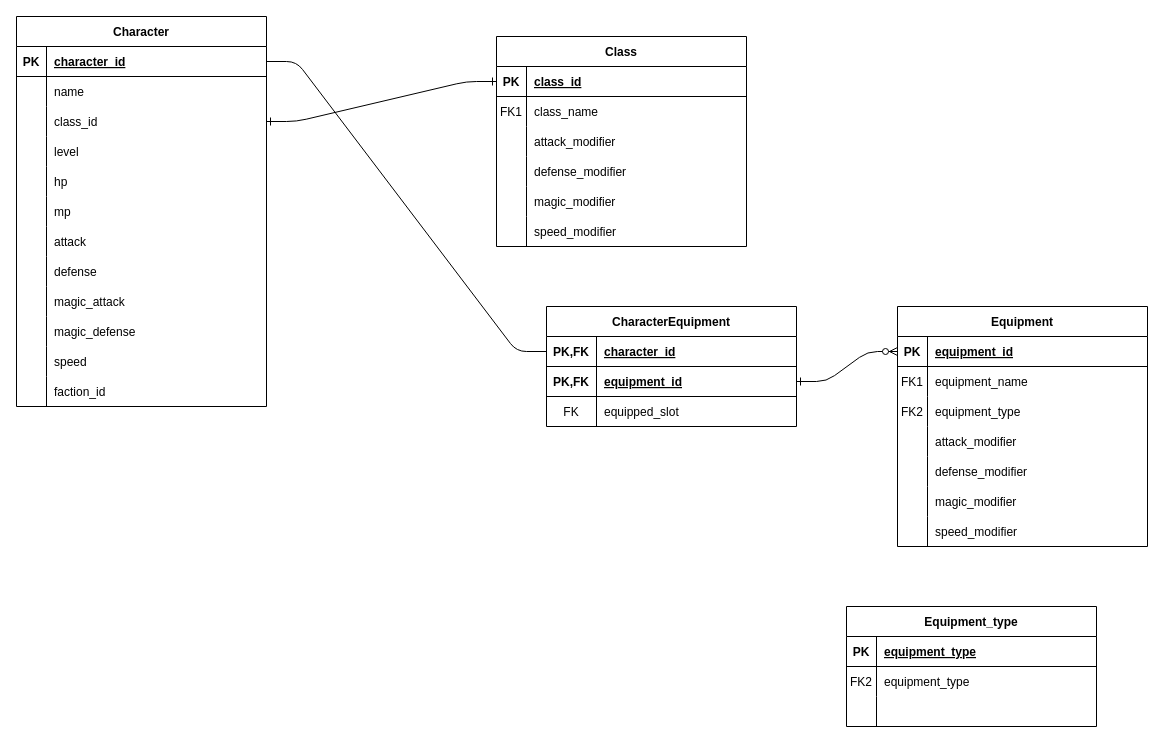
Before: TacticsOgre.drawio in tech0-Jokers/document, a draw.io diagram. Source tidied: cells renumbered, new cells numbered last; positions are measured from the earlier drawing's top-left corner, leaving out a move shared by most shapes. Both pictures are drawn from the tidied source at 100%, with x=0, y=0 at pixel (16, 16).
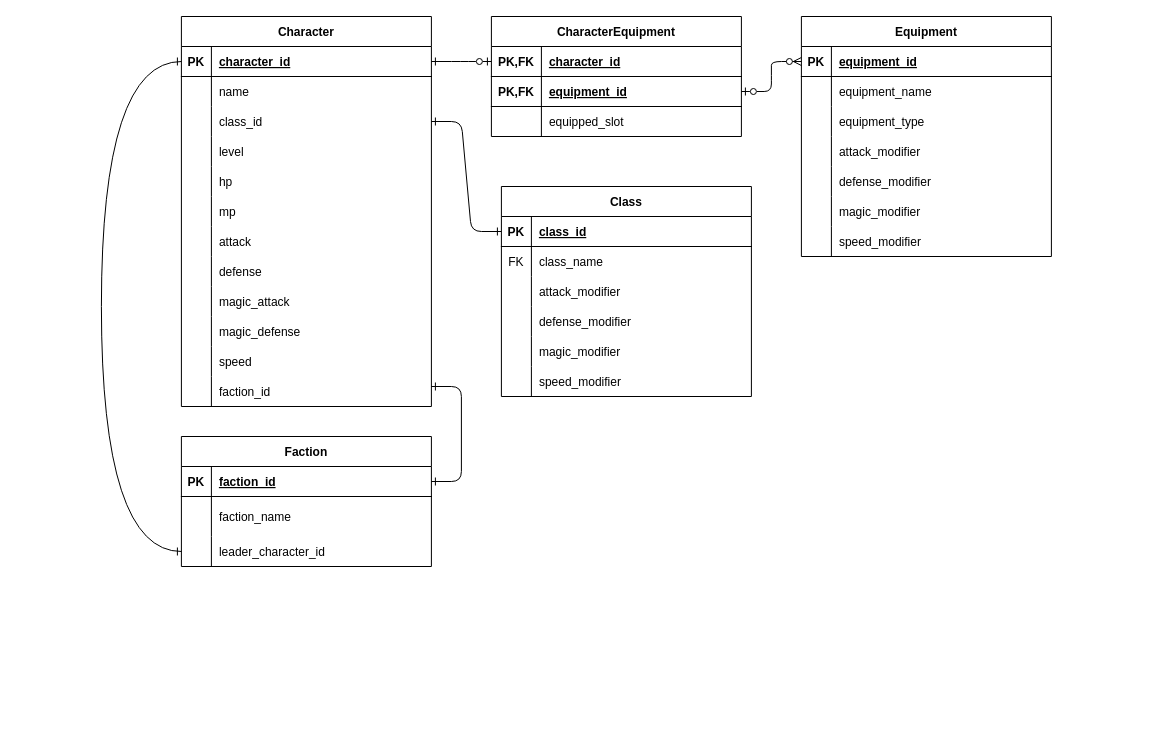
After the change.

Commit message (it also covers changes not shown here):
Add system diagrams and images directory

Unchanged cells that the change refers to:
```xml
<mxCell id="5" style="shape=partialRectangle;fillColor=none;points=[[0,0.5],[1,0.5]];portConstraint=eastwest;top=0;left=0;right=0;bottom=1;" parent="4" vertex="1">
  <mxGeometry y="30" width="250" height="30" as="geometry" />
</mxCell>
<mxCell id="8" style="shape=partialRectangle;fillColor=none;top=0;left=0;right=0;bottom=0;" parent="4" vertex="1">
  <mxGeometry y="60" width="250" height="30" as="geometry" />
</mxCell>
<mxCell id="11" style="shape=partialRectangle;fillColor=none;top=0;left=0;right=0;bottom=0;" parent="4" vertex="1">
  <mxGeometry y="90" width="250" height="30" as="geometry" />
</mxCell>
<mxCell id="30" style="shape=partialRectangle;fillColor=none;top=0;left=0;right=0;bottom=0;" parent="26" vertex="1">
  <mxGeometry y="60" width="250" height="30" as="geometry" />
</mxCell>
<mxCell id="46" style="shape=partialRectangle;fillColor=none;points=[[0,0.5],[1,0.5]];portConstraint=eastwest;top=0;left=0;right=0;bottom=1;" parent="45" vertex="1">
  <mxGeometry y="30" width="250" height="30" as="geometry" />
</mxCell>
<mxCell id="83" style="shape=partialRectangle;fillColor=none;points=[[0,0.5],[1,0.5]];portConstraint=eastwest;top=0;left=0;right=0;bottom=1;" parent="82" vertex="1">
  <mxGeometry y="30" width="250" height="30" as="geometry" />
</mxCell>
<mxCell id="86" style="shape=partialRectangle;fillColor=none;points=[[0,0.5],[1,0.5]];portConstraint=eastwest;top=0;left=0;right=0;bottom=1;" parent="82" vertex="1">
  <mxGeometry y="60" width="250" height="30" as="geometry" />
</mxCell>
<mxCell id="89" style="shape=partialRectangle;fillColor=none;top=0;left=0;right=0;bottom=0;" parent="82" vertex="1">
  <mxGeometry y="90" width="250" height="30" as="geometry" />
</mxCell>
<mxCell id="94" style="shape=partialRectangle;fillColor=none;points=[[0,0.5],[1,0.5]];portConstraint=eastwest;top=0;left=0;right=0;bottom=1;" parent="93" vertex="1">
  <mxGeometry y="30" width="250" height="30" as="geometry" />
</mxCell>
```

Diff of the diagram source:
```diff
@@
-    <mxCell id="2" style="edgeStyle=entityRelationEdgeStyle;endArrow=ERzeroToMany;startArrow=ERone;endFill=1;startFill=0;entryX=0;entryY=0.5;entryDx=0;entryDy=0;" parent="1" edge="1" target="5">
-      <mxGeometry relative="1" as="geometry">
-        <mxPoint x="780" y="365" as="sourcePoint" />
-      </mxGeometry>
+    <mxCell id="2" style="edgeStyle=entityRelationEdgeStyle;endArrow=ERzeroToMany;startArrow=ERzeroToOne;endFill=1;startFill=0;entryX=0;entryY=0.5;entryDx=0;entryDy=0;" parent="1" edge="1" source="86" target="5">
+      <mxGeometry relative="1" as="geometry" />
     </mxCell>
@@
     <mxCell id="4" value="Equipment " style="shape=table;startSize=30;childLayout=tableLayout;rowLines=0;fontStyle=1;align=center;" parent="1" vertex="1">
-      <mxGeometry x="881" y="290" width="250" height="240" as="geometry" />
+      <mxGeometry x="784.9" width="250" height="240" as="geometry" />
     </mxCell>
@@
-    <mxCell id="9" value="FK1" style="shape=partialRectangle;overflow=hidden;fillColor=none;top=0;left=0;bottom=0;right=0;" parent="8" vertex="1">
+    <mxCell id="9" style="shape=partialRectangle;overflow=hidden;fillColor=none;top=0;left=0;bottom=0;right=0;" parent="8" vertex="1">
       <mxGeometry width="30" height="30" as="geometry" />
     </mxCell>
@@
-    <mxCell id="12" value="FK2" style="shape=partialRectangle;overflow=hidden;fillColor=none;top=0;left=0;bottom=0;right=0;" parent="11" vertex="1">
+    <mxCell id="12" style="shape=partialRectangle;overflow=hidden;fillColor=none;top=0;left=0;bottom=0;right=0;" parent="11" vertex="1">
       <mxGeometry width="30" height="30" as="geometry" />
     </mxCell>
@@
     <mxCell id="26" value="Class " style="shape=table;startSize=30;childLayout=tableLayout;rowLines=0;fontStyle=1;align=center;" parent="1" vertex="1">
-      <mxGeometry x="480" y="20" width="250" height="210" as="geometry" />
+      <mxGeometry x="484.9" y="170" width="250" height="210" as="geometry" />
     </mxCell>
@@
-    <mxCell id="31" value="FK1" style="shape=partialRectangle;overflow=hidden;fillColor=none;top=0;left=0;bottom=0;right=0;" parent="30" vertex="1">
+    <mxCell id="31" value="FK" style="shape=partialRectangle;overflow=hidden;fillColor=none;top=0;left=0;bottom=0;right=0;" parent="30" vertex="1">
       <mxGeometry width="30" height="30" as="geometry" />
     </mxCell>
@@
     <mxCell id="45" value="Character" style="shape=table;startSize=30;childLayout=tableLayout;rowLines=0;fontStyle=1;align=center;" parent="1" vertex="1">
-      <mxGeometry width="250" height="390" as="geometry" />
+      <mxGeometry x="164.9" width="250" height="390" as="geometry" />
     </mxCell>
@@
     <mxCell id="82" value="CharacterEquipment  " style="shape=table;startSize=30;childLayout=tableLayout;rowLines=0;fontStyle=1;align=center;" parent="1" vertex="1">
-      <mxGeometry x="530" y="290" width="250" height="120" as="geometry" />
+      <mxGeometry x="474.9" width="250" height="120" as="geometry" />
     </mxCell>
@@
-    <mxCell id="90" value="FK" style="shape=partialRectangle;overflow=hidden;fillColor=none;top=0;left=0;bottom=0;right=0;" parent="89" vertex="1">
+    <mxCell id="90" style="shape=partialRectangle;overflow=hidden;fillColor=none;top=0;left=0;bottom=0;right=0;" parent="89" vertex="1">
       <mxGeometry width="50" height="30" as="geometry" />
     </mxCell>
@@
-    <mxCell id="92" style="edgeStyle=entityRelationEdgeStyle;html=1;entryX=1;entryY=0.5;entryDx=0;entryDy=0;endArrow=none;endFill=0;" parent="1" edge="1" source="83" target="46">
+    <mxCell id="92" style="edgeStyle=entityRelationEdgeStyle;html=1;entryX=1;entryY=0.5;entryDx=0;entryDy=0;endArrow=ERone;endFill=0;startArrow=ERzeroToOne;startFill=0;" parent="1" edge="1" source="83" target="46">
       <mxGeometry relative="1" as="geometry" />
     </mxCell>
-    <mxCell id="93" value="Equipment_type" style="shape=table;startSize=30;childLayout=tableLayout;rowLines=0;fontStyle=1;align=center;" parent="1" vertex="1">
-      <mxGeometry x="830" y="590" width="250" height="120" as="geometry" />
+    <mxCell id="93" value="Faction " style="shape=table;startSize=30;childLayout=tableLayout;rowLines=0;fontStyle=1;align=center;" parent="1" vertex="1">
+      <mxGeometry x="164.9" y="420" width="250" height="130" as="geometry" />
     </mxCell>
@@
-    <mxCell id="96" value="equipment_type" style="shape=partialRectangle;overflow=hidden;fillColor=none;top=0;left=0;bottom=0;right=0;align=left;spacingLeft=6;fontStyle=5;" parent="94" vertex="1">
+    <mxCell id="96" value="faction_id " style="shape=partialRectangle;overflow=hidden;fillColor=none;top=0;left=0;bottom=0;right=0;align=left;spacingLeft=6;fontStyle=5;" parent="94" vertex="1">
       <mxGeometry x="30" width="220" height="30" as="geometry" />
     </mxCell>
     <mxCell id="97" style="shape=partialRectangle;fillColor=none;top=0;left=0;right=0;bottom=0;" parent="93" vertex="1">
-      <mxGeometry y="60" width="250" height="30" as="geometry" />
+      <mxGeometry y="60" width="250" height="40" as="geometry" />
     </mxCell>
-    <mxCell id="98" value="FK2" style="shape=partialRectangle;overflow=hidden;fillColor=none;top=0;left=0;bottom=0;right=0;" parent="97" vertex="1">
-      <mxGeometry width="30" height="30" as="geometry" />
+    <mxCell id="98" style="shape=partialRectangle;overflow=hidden;fillColor=none;top=0;left=0;bottom=0;right=0;" parent="97" vertex="1">
+      <mxGeometry width="30" height="40" as="geometry" />
     </mxCell>
-    <mxCell id="99" value="equipment_type  " style="shape=partialRectangle;overflow=hidden;fillColor=none;top=0;left=0;bottom=0;right=0;align=left;spacingLeft=6;" parent="97" vertex="1">
-      <mxGeometry x="30" width="220" height="30" as="geometry" />
+    <mxCell id="99" value="faction_name   " style="shape=partialRectangle;overflow=hidden;fillColor=none;top=0;left=0;bottom=0;right=0;align=left;spacingLeft=6;" parent="97" vertex="1">
+      <mxGeometry x="30" width="220" height="40" as="geometry" />
     </mxCell>
     <mxCell id="100" style="shape=partialRectangle;fillColor=none;points=[[0,0.5],[1,0.5]];portConstraint=eastwest;top=0;left=0;right=0;bottom=0;" parent="93" vertex="1">
-      <mxGeometry y="90" width="250" height="30" as="geometry" />
+      <mxGeometry y="100" width="250" height="30" as="geometry" />
     </mxCell>
@@
-    <mxCell id="102" style="shape=partialRectangle;overflow=hidden;fillColor=none;top=0;left=0;bottom=0;right=0;align=left;spacingLeft=6;" parent="100" vertex="1">
+    <mxCell id="102" value="leader_character_id " style="shape=partialRectangle;overflow=hidden;fillColor=none;top=0;left=0;bottom=0;right=0;align=left;spacingLeft=6;" parent="100" vertex="1">
       <mxGeometry x="30" width="220" height="30" as="geometry" />
     </mxCell>
+    <mxCell id="103" style="edgeStyle=entityRelationEdgeStyle;html=1;entryX=1;entryY=0.5;entryDx=0;entryDy=0;startArrow=ERone;startFill=0;endArrow=ERone;endFill=0;" parent="1" edge="1" target="94">
+      <mxGeometry relative="1" as="geometry">
+        <mxPoint x="414.9" y="370" as="sourcePoint" />
+      </mxGeometry>
+    </mxCell>
+    <mxCell id="104" style="edgeStyle=orthogonalEdgeStyle;html=1;startArrow=ERone;startFill=0;endArrow=ERone;endFill=0;entryX=0;entryY=0.5;entryDx=0;entryDy=0;curved=1;exitX=0;exitY=0.5;exitDx=0;exitDy=0;" parent="1" edge="1" source="100" target="46">
+      <mxGeometry relative="1" as="geometry">
+        <Array as="points">
+          <mxPoint x="84.9" y="535" />
+          <mxPoint x="84.9" y="45" />
+        </Array>
+      </mxGeometry>
+    </mxCell>
```
